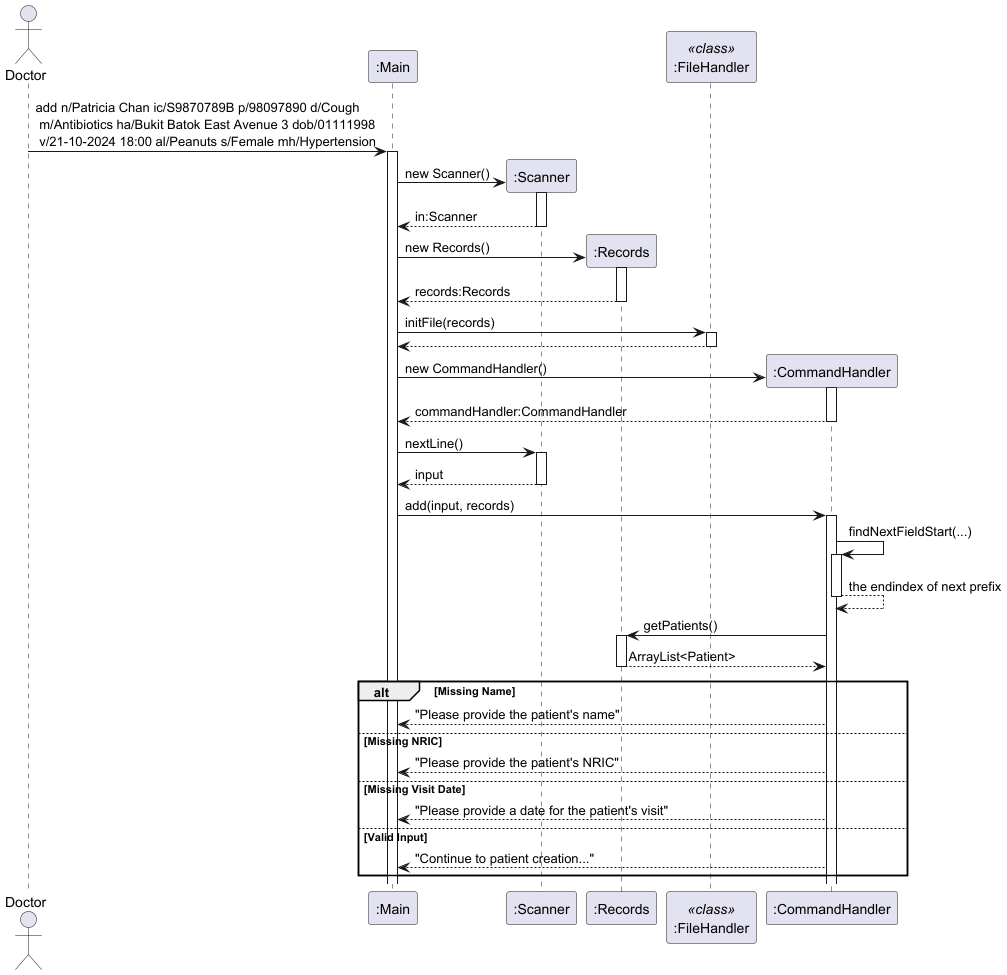
Above: docs/NewPatientSequenceDiagram_1.png in yentheng0110/tp (PlantUML), before the change. The source it was exported from:
```plantuml
@startuml
actor Doctor

Doctor -> ":Main" ++:  add n/Patricia Chan ic/S9870789B p/98097890 d/Cough\n m/Antibiotics ha/Bukit Batok East Avenue 3 dob/01111998\n v/21-10-2024 18:00 al/Peanuts s/Female mh/Hypertension

":Main" -> ":Scanner"**: new Scanner()
activate ":Scanner"
":Main" <-- ":Scanner": in:Scanner
deactivate ":Scanner"

":Main" -> ":Records"**: new Records()
activate ":Records"
":Main" <-- ":Records": records:Records
deactivate ":Records"

participant ":FileHandler" as FileHandler <<class>>

":Main" -> FileHandler ++: initFile(records)
return

":Main" -> ":CommandHandler"**: new CommandHandler()
activate ":CommandHandler"
":Main" <-- ":CommandHandler": commandHandler:CommandHandler
deactivate ":CommandHandler"

":Main" -> ":Scanner" ++: nextLine()
return input

":Main" -> ":CommandHandler" ++: add(input, records)

":CommandHandler" -> ":CommandHandler" ++: findNextFieldStart(...)
return the endindex of next prefix

":CommandHandler" -> ":Records" ++: getPatients()
":CommandHandler" <-- ":Records": ArrayList<Patient>
deactivate ":Records"

alt Missing Name
    ":CommandHandler" --> ":Main": "Please provide the patient's name"
else Missing NRIC
    ":CommandHandler" --> ":Main": "Please provide the patient's NRIC"
else Missing Visit Date
    ":CommandHandler" --> ":Main": "Please provide a date for the patient's visit"
else Valid Input
    ":CommandHandler" --> ":Main": "Continue to patient creation..."
end

@enduml
```
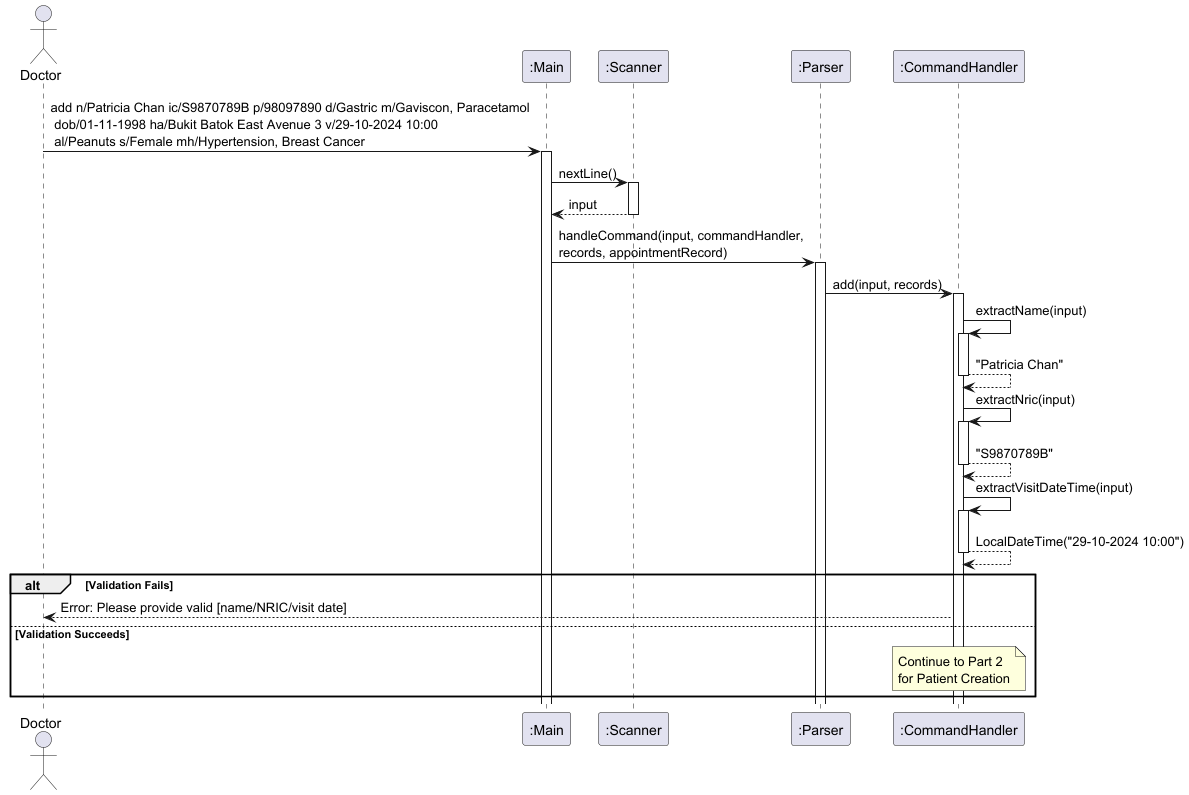
The same file after the commit.

Commit message:
Update New Patient Sequence Diagram

Diff of the diagram source:
```diff
@@ -1,48 +1,31 @@
 @startuml
+
 actor Doctor
 
-Doctor -> ":Main" ++:  add n/Patricia Chan ic/S9870789B p/98097890 d/Cough\n m/Antibiotics ha/Bukit Batok East Avenue 3 dob/01111998\n v/21-10-2024 18:00 al/Peanuts s/Female mh/Hypertension
-
-":Main" -> ":Scanner"**: new Scanner()
-activate ":Scanner"
-":Main" <-- ":Scanner": in:Scanner
-deactivate ":Scanner"
-
-":Main" -> ":Records"**: new Records()
-activate ":Records"
-":Main" <-- ":Records": records:Records
-deactivate ":Records"
-
-participant ":FileHandler" as FileHandler <<class>>
-
-":Main" -> FileHandler ++: initFile(records)
-return
-
-":Main" -> ":CommandHandler"**: new CommandHandler()
-activate ":CommandHandler"
-":Main" <-- ":CommandHandler": commandHandler:CommandHandler
-deactivate ":CommandHandler"
+Doctor -> ":Main" ++: add n/Patricia Chan ic/S9870789B p/98097890 d/Gastric m/Gaviscon, Paracetamol\n dob/01-11-1998 ha/Bukit Batok East Avenue 3 v/29-10-2024 10:00\n al/Peanuts s/Female mh/Hypertension, Breast Cancer
 
 ":Main" -> ":Scanner" ++: nextLine()
 return input
 
-":Main" -> ":CommandHandler" ++: add(input, records)
+":Main" -> ":Parser" ++: handleCommand(input, commandHandler,\nrecords, appointmentRecord)
+":Parser" -> ":CommandHandler" ++: add(input, records)
 
-":CommandHandler" -> ":CommandHandler" ++: findNextFieldStart(...)
-return the endindex of next prefix
+":CommandHandler" -> ":CommandHandler" ++: extractName(input)
+return "Patricia Chan"
 
-":CommandHandler" -> ":Records" ++: getPatients()
-":CommandHandler" <-- ":Records": ArrayList<Patient>
-deactivate ":Records"
+":CommandHandler" -> ":CommandHandler" ++: extractNric(input)
+return "S9870789B"
 
-alt Missing Name
-    ":CommandHandler" --> ":Main": "Please provide the patient's name"
-else Missing NRIC
-    ":CommandHandler" --> ":Main": "Please provide the patient's NRIC"
-else Missing Visit Date
-    ":CommandHandler" --> ":Main": "Please provide a date for the patient's visit"
-else Valid Input
-    ":CommandHandler" --> ":Main": "Continue to patient creation..."
+":CommandHandler" -> ":CommandHandler" ++: extractVisitDateTime(input)
+return LocalDateTime("29-10-2024 10:00")
+
+alt Validation Fails
+    ":CommandHandler" --> Doctor: Error: Please provide valid [name/NRIC/visit date]
+else  Validation Succeeds
+    note over ":CommandHandler"
+        Continue to Part 2
+        for Patient Creation
+    end note
 end
 
 @enduml
```
